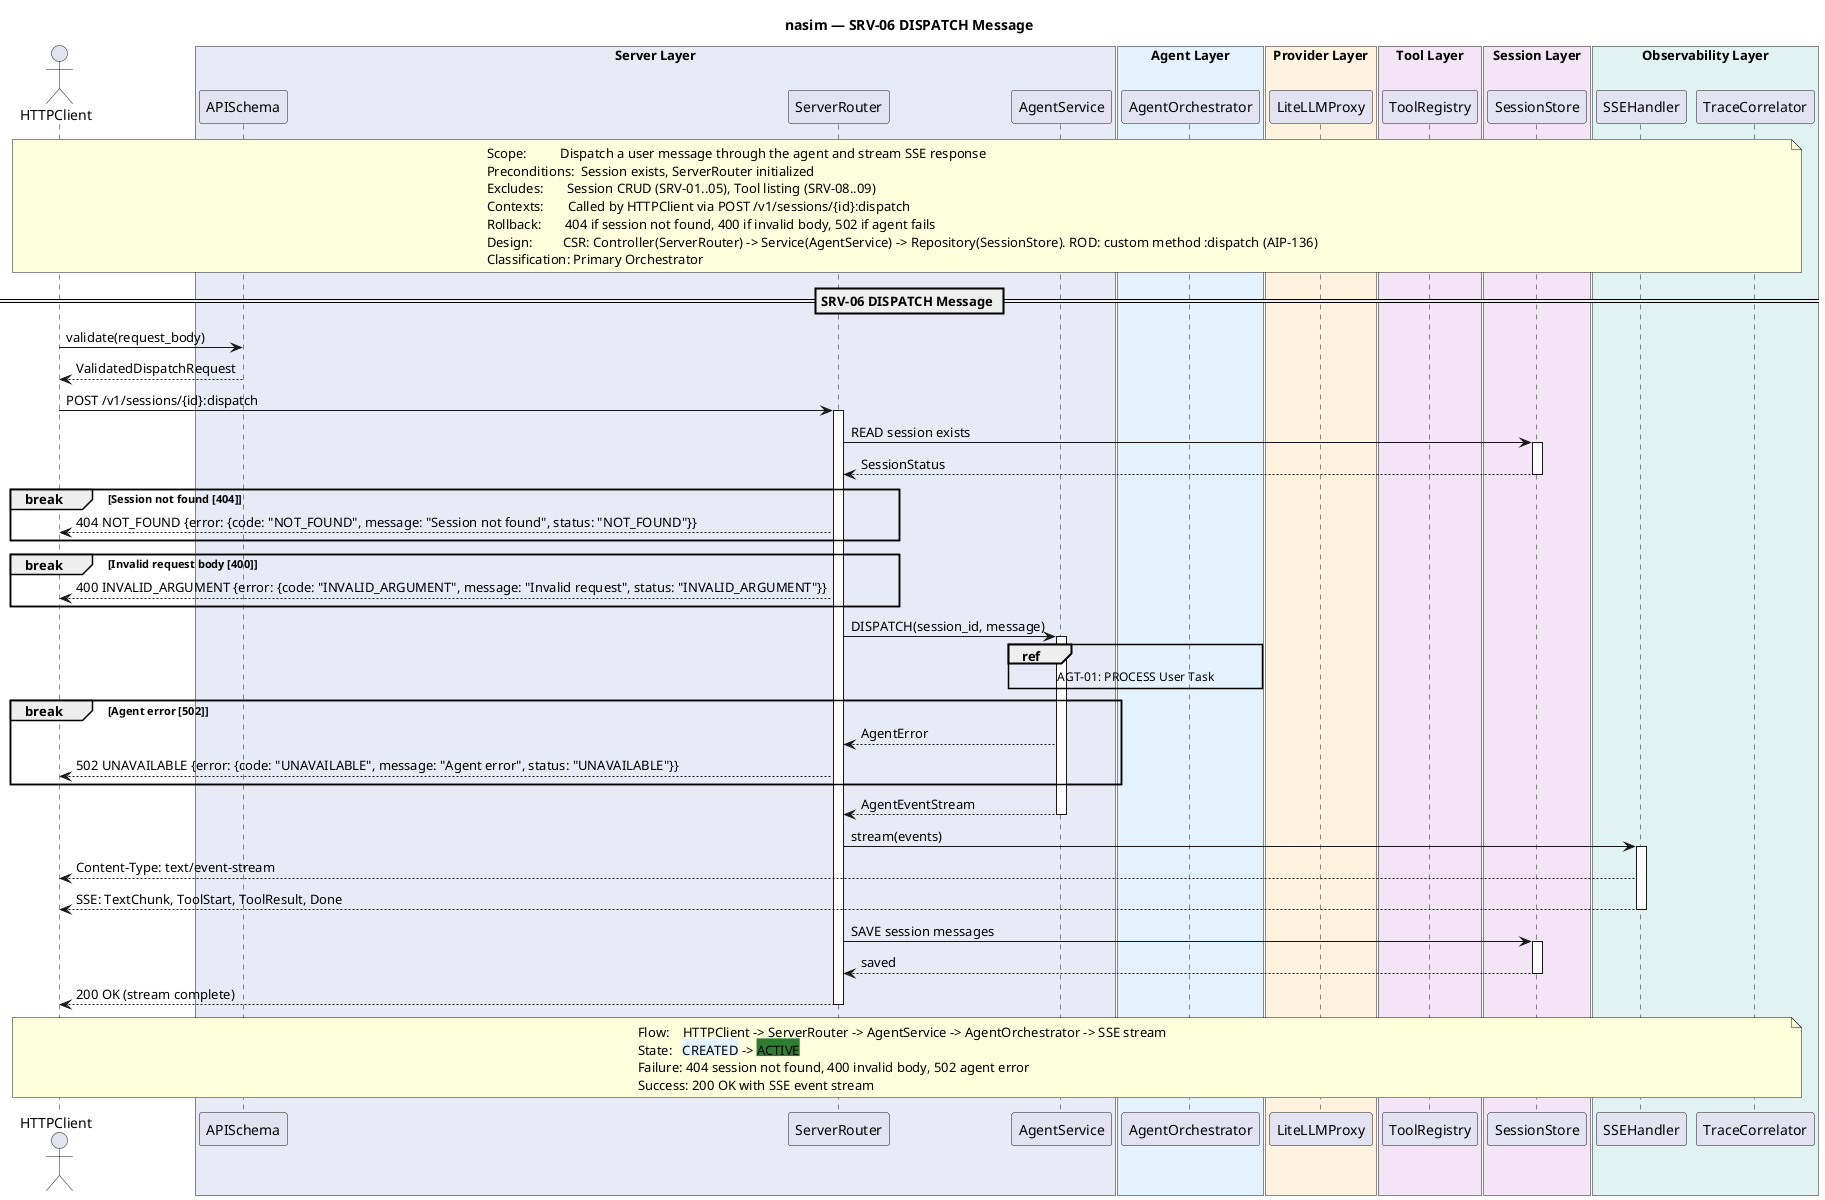
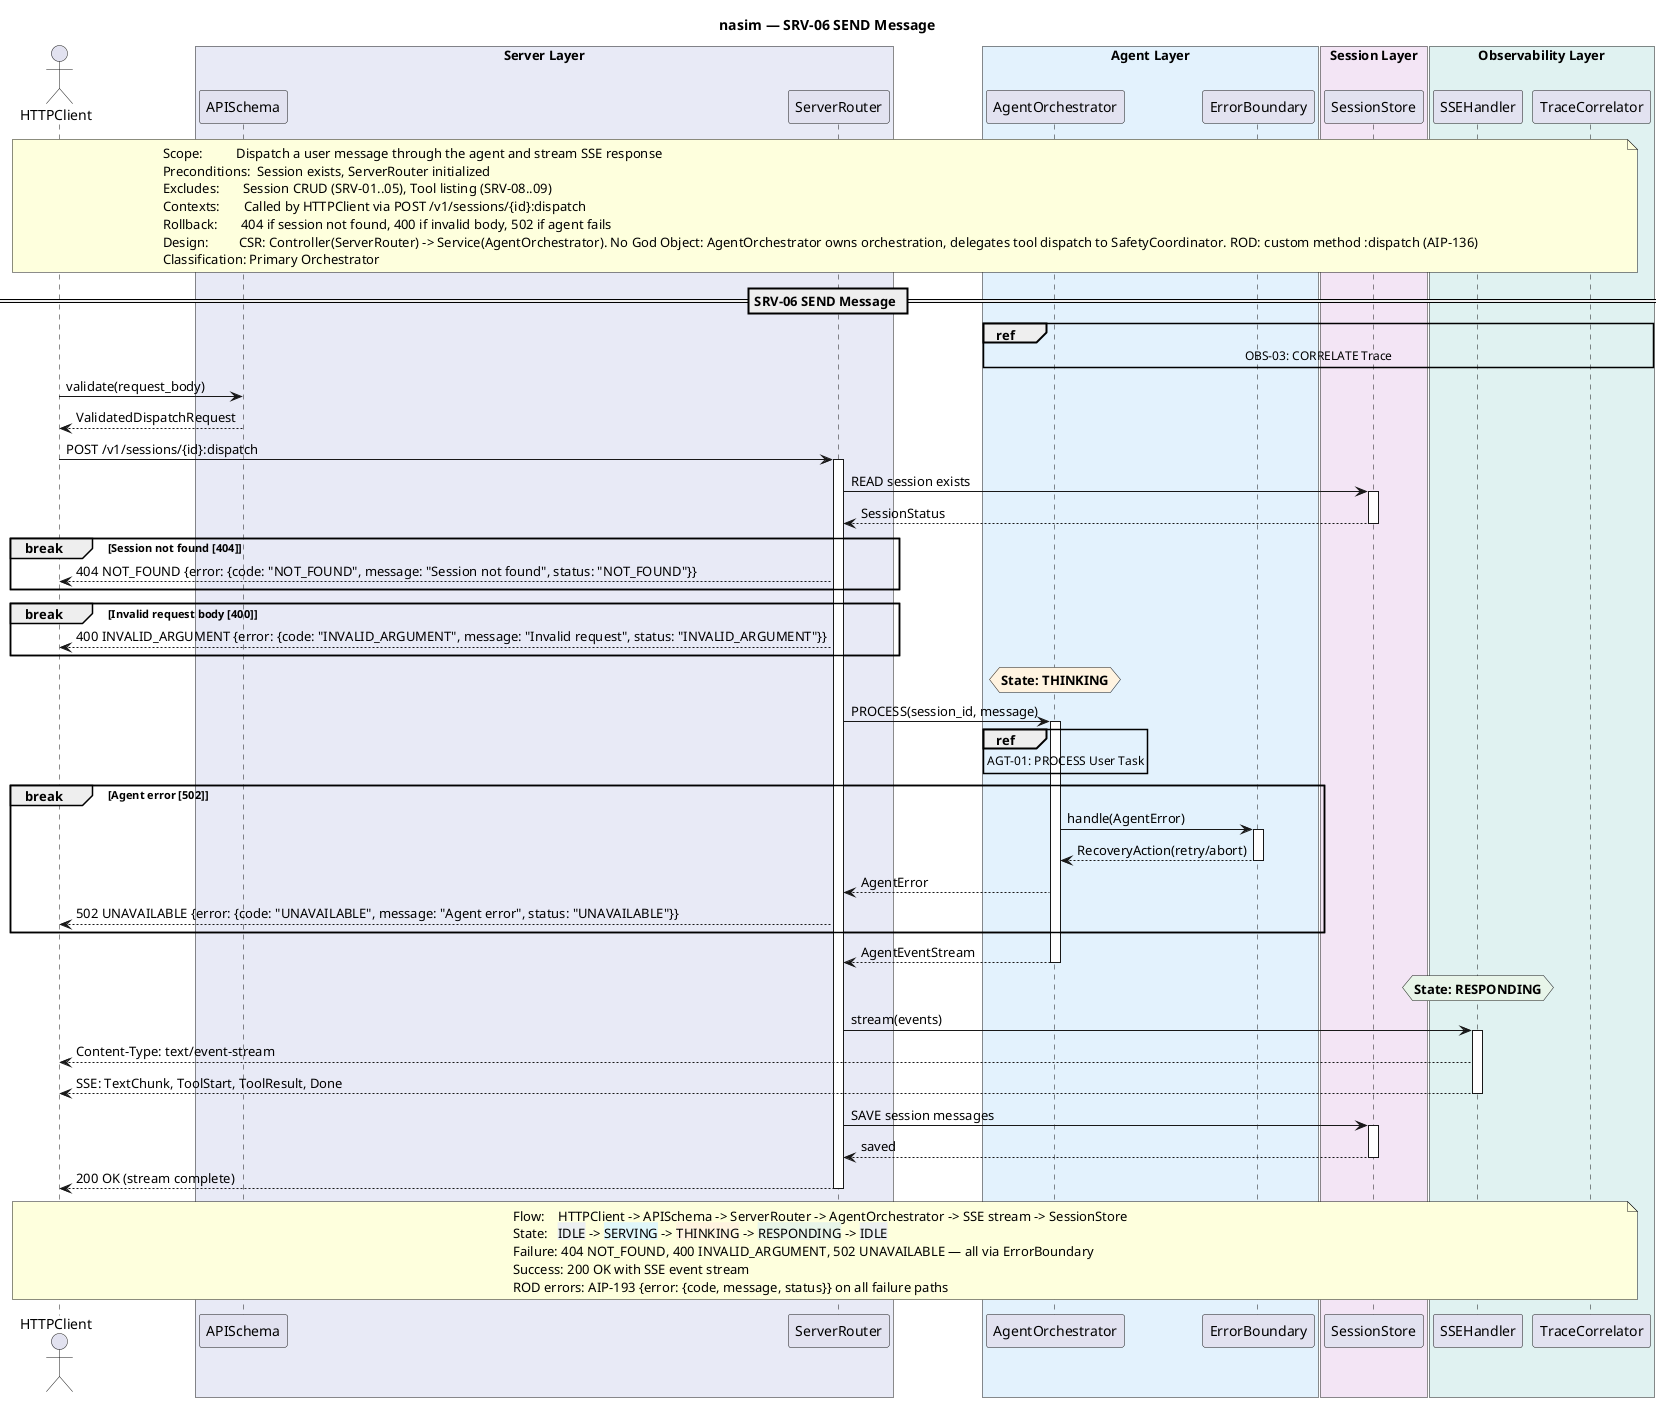
- @startuml sq_srv06_dispatch_message
+ @startuml sq_srv06_send_message
' ============================================================
- ' Title:     SRV-06 — DISPATCH Message
+ ' Title:     SRV-06 — SEND Message
' Boundary:  nasim code agent HTTP API
' Purpose:   Dispatch a user message through the agent and stream SSE response
' Milestone: v1.0
- ' Version:   1.0.0
+ ' Version:   2.0.0
' Source:    docs/UC/README.md
- ' Review:    docs/SQ/README.md
+ ' Review:    Meta-Software Designer audit 2026-06-21
+ ' Pattern:   Controller (ServerRouter) -> Service (AgentOrchestrator) -> Repository (SessionStore)
' ============================================================

- title nasim — SRV-06 DISPATCH Message
+ title nasim — SRV-06 SEND Message

actor "HTTPClient" as client

box "Server Layer" #E8EAF6
  participant "APISchema" as schema
  participant "ServerRouter" as router
-   participant "AgentService" as svc
end box
box "Agent Layer" #E3F2FD
  participant "AgentOrchestrator" as agent
- end box
- box "Provider Layer" #FFF3E0
-   participant "LiteLLMProxy" as provider
- end box
- box "Tool Layer" #F3E5F5
-   participant "ToolRegistry" as tools
+   participant "ErrorBoundary" as eb
end box
box "Session Layer" #F3E5F5
  participant "SessionStore" as store
end box
box "Observability Layer" #E0F2F1
  participant "SSEHandler" as sse
  participant "TraceCorrelator" as trace
end box

note over client, trace
  Scope:          Dispatch a user message through the agent and stream SSE response
  Preconditions:  Session exists, ServerRouter initialized
  Excludes:       Session CRUD (SRV-01..05), Tool listing (SRV-08..09)
  Contexts:       Called by HTTPClient via POST /v1/sessions/{id}:dispatch
  Rollback:       404 if session not found, 400 if invalid body, 502 if agent fails
-   Design:         CSR: Controller(ServerRouter) -> Service(AgentService) -> Repository(SessionStore). ROD: custom method :dispatch (AIP-136)
+   Design:         CSR: Controller(ServerRouter) -> Service(AgentOrchestrator). No God Object: AgentOrchestrator owns orchestration, delegates tool dispatch to SafetyCoordinator. ROD: custom method :dispatch (AIP-136)
  Classification: Primary Orchestrator
end note

- == SRV-06 DISPATCH Message ==
+ == SRV-06 SEND Message ==
+ 
+ ref over agent, trace
+   OBS-03: CORRELATE Trace
+ end ref

client -> schema : validate(request_body)
schema --> client : ValidatedDispatchRequest

client -> router : POST /v1/sessions/{id}:dispatch
activate router

router -> store : READ session exists
activate store
store --> router : SessionStatus
deactivate store

break Session not found [404]
  router --> client : 404 NOT_FOUND {error: {code: "NOT_FOUND", message: "Session not found", status: "NOT_FOUND"}}
end

break Invalid request body [400]
  router --> client : 400 INVALID_ARGUMENT {error: {code: "INVALID_ARGUMENT", message: "Invalid request", status: "INVALID_ARGUMENT"}}
end

- router -> svc : DISPATCH(session_id, message)
- activate svc
+ hnote over agent #FFF3E0 : **State: THINKING**

- ref over svc, agent
+ router -> agent : PROCESS(session_id, message)
+ activate agent
+ ref over agent
  AGT-01: PROCESS User Task
end ref

break Agent error [502]
-   svc --> router : AgentError
+   agent -> eb : handle(AgentError)
+   activate eb
+   eb --> agent : RecoveryAction(retry/abort)
+   deactivate eb
+   agent --> router : AgentError
  router --> client : 502 UNAVAILABLE {error: {code: "UNAVAILABLE", message: "Agent error", status: "UNAVAILABLE"}}
end

- svc --> router : AgentEventStream
- deactivate svc
+ agent --> router : AgentEventStream
+ deactivate agent
+ 
+ hnote over sse #E8F5E9 : **State: RESPONDING**

router -> sse : stream(events)
activate sse
sse --> client : Content-Type: text/event-stream
sse --> client : SSE: TextChunk, ToolStart, ToolResult, Done
deactivate sse

router -> store : SAVE session messages
activate store
store --> router : saved
deactivate store

router --> client : 200 OK (stream complete)
deactivate router

note over client, trace
-   Flow:    HTTPClient -> ServerRouter -> AgentService -> AgentOrchestrator -> SSE stream
-   State:   <back:#E3F2FD>CREATED</back> -> <back:#2E7D32>ACTIVE</back>
-   Failure: 404 session not found, 400 invalid body, 502 agent error
+   Flow:    HTTPClient -> APISchema -> ServerRouter -> AgentOrchestrator -> SSE stream -> SessionStore
+   State:   <back:#ECEFF1>IDLE</back> -> <back:#E0F7FA>SERVING</back> -> <back:#FFF3E0>THINKING</back> -> <back:#E8F5E9>RESPONDING</back> -> <back:#ECEFF1>IDLE</back>
+   Failure: 404 NOT_FOUND, 400 INVALID_ARGUMENT, 502 UNAVAILABLE — all via ErrorBoundary
  Success: 200 OK with SSE event stream
+   ROD errors: AIP-193 {error: {code, message, status}} on all failure paths
end note

@enduml
